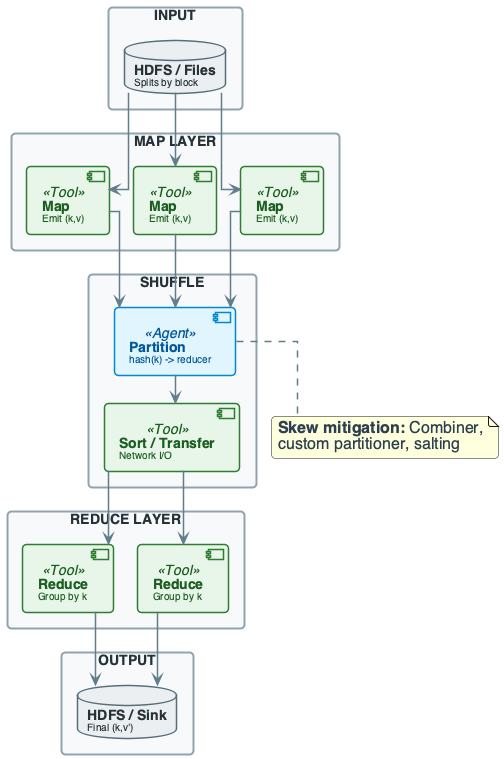
Above: diagrams/week7/week7_lecture_slide12_system_overview.png in OrPerets/data-engineering-course (PlantUML), before the change.
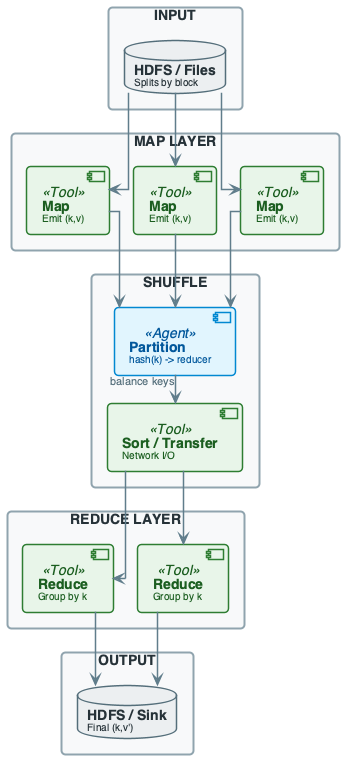
The same file after the commit.

What changed in the source:
```diff
@@ -148,15 +148,10 @@
 MAP1 --> PART
 MAP2 --> PART
 MAP3 --> PART
-PART --> SORT_XFER
+PART --> SORT_XFER : "balance keys"
 SORT_XFER --> R1
 SORT_XFER --> R2
 R1 --> OUT
 R2 --> OUT
 
-note bottom of PART
-  **Skew mitigation:** Combiner,
-  custom partitioner, salting
-end note
-
 @enduml
```
